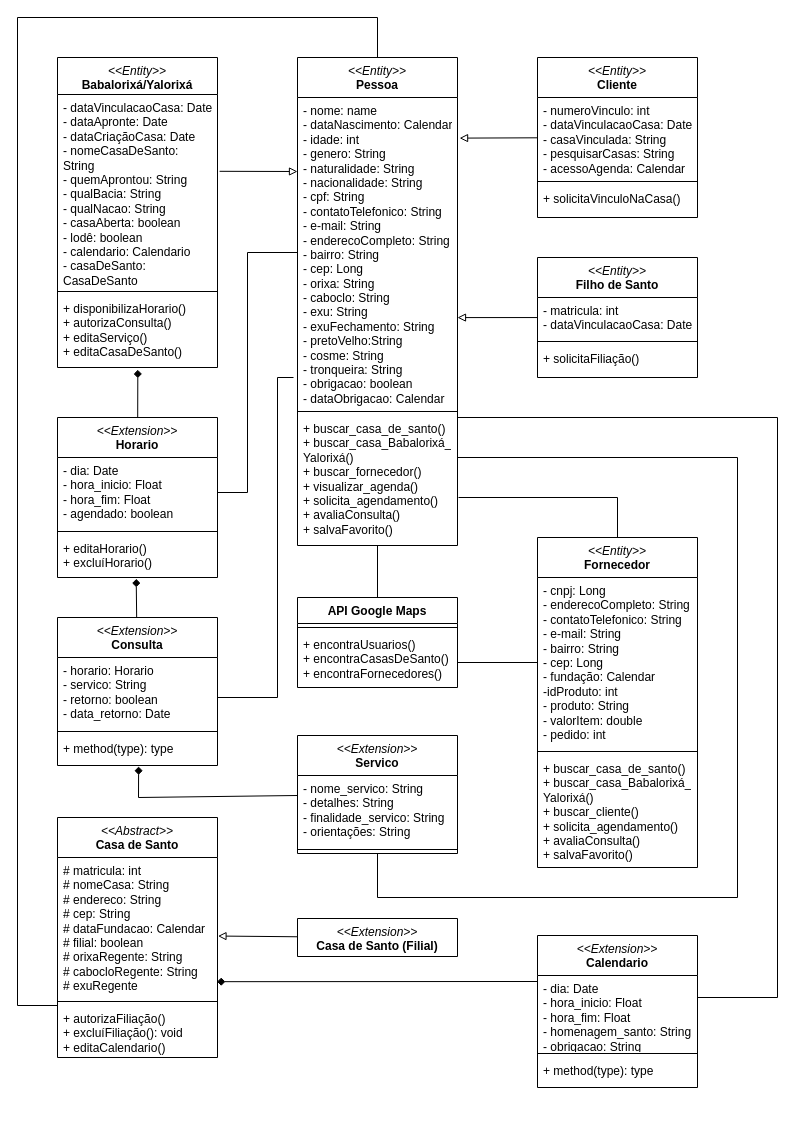
Above: Diagrama sem nome.drawio in AlexCarvalhovisk/sarava (draw.io), before the change. Source tidied: cells renumbered, new cells numbered last; positions are measured from the earlier drawing's top-left corner, leaving out a move shared by most shapes. Both pictures are drawn from the tidied source at 100%, with x=0, y=0 at pixel (17, 17).
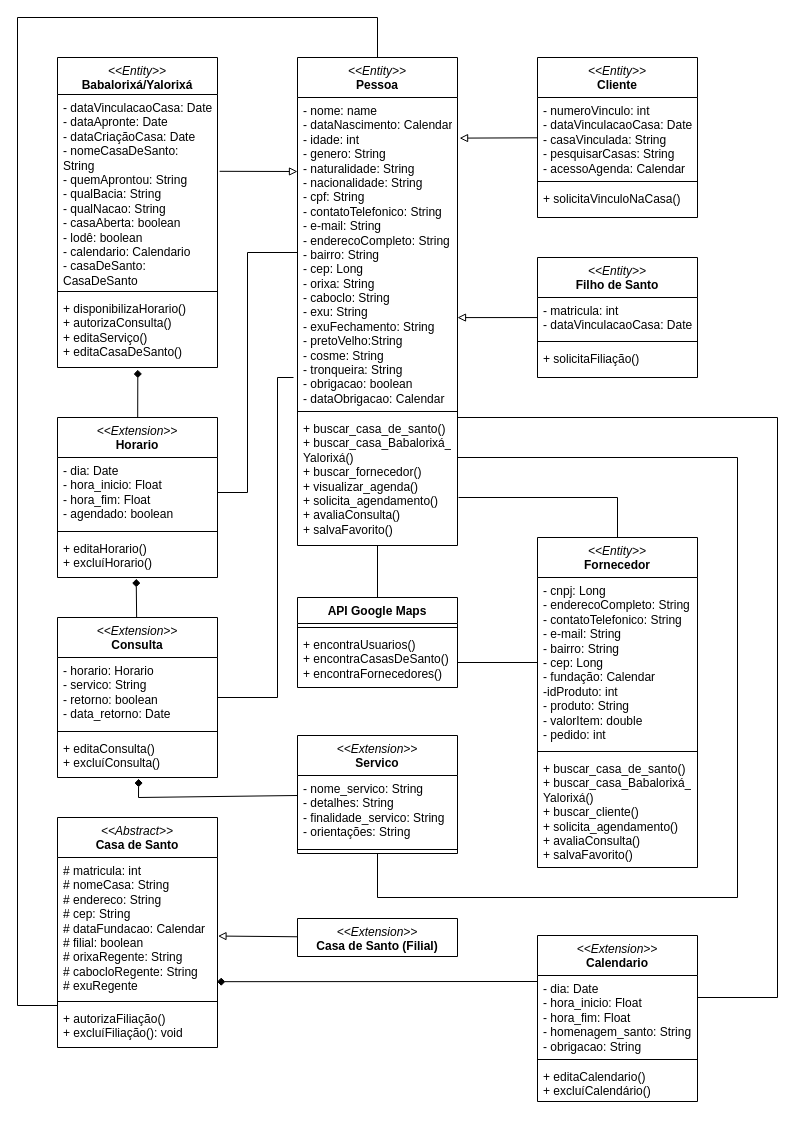
The same page after the edit.

Diff of the diagram source:
```diff
@@
     <mxCell id="25" value="&lt;span style=&quot;font-weight: normal;&quot;&gt;&lt;i&gt;&amp;lt;&amp;lt;Abstract&amp;gt;&amp;gt;&lt;/i&gt;&lt;/span&gt;&lt;br&gt;Casa de Santo" style="swimlane;fontStyle=1;align=center;verticalAlign=top;horizontal=1;startSize=40;whiteSpace=wrap;html=1;" parent="1" vertex="1">
-      <mxGeometry x="40" y="800" width="160" height="240" as="geometry" />
+      <mxGeometry x="40" y="800" width="160" height="230" as="geometry" />
     </mxCell>
@@
-    <mxCell id="28" value="+ autorizaFiliação()&lt;br&gt;+ excluíFiliação(): void&lt;br&gt;+ editaCalendario()" style="text;strokeColor=none;fillColor=none;align=left;verticalAlign=top;spacingLeft=4;spacingRight=4;overflow=hidden;whiteSpace=wrap;html=1;" parent="25" vertex="1">
-      <mxGeometry y="188" width="160" height="52" as="geometry" />
+    <mxCell id="28" value="+ autorizaFiliação()&lt;br&gt;+ excluíFiliação(): void" style="text;strokeColor=none;fillColor=none;align=left;verticalAlign=top;spacingLeft=4;spacingRight=4;overflow=hidden;whiteSpace=wrap;html=1;" parent="25" vertex="1">
+      <mxGeometry y="188" width="160" height="42" as="geometry" />
     </mxCell>
@@
     <mxCell id="38" value="&lt;i style=&quot;font-weight: 400;&quot;&gt;&amp;lt;&amp;lt;Extension&amp;gt;&amp;gt;&lt;/i&gt;&lt;br&gt;Consulta" style="swimlane;fontStyle=1;align=center;verticalAlign=top;horizontal=1;startSize=40;whiteSpace=wrap;html=1;" parent="1" vertex="1">
-      <mxGeometry x="40" y="600" width="160" height="148" as="geometry" />
+      <mxGeometry x="40" y="600" width="160" height="160" as="geometry" />
     </mxCell>
@@
-    <mxCell id="41" value="+ method(type): type" style="text;strokeColor=none;fillColor=none;align=left;verticalAlign=top;spacingLeft=4;spacingRight=4;overflow=hidden;points=[[0,0.5],[1,0.5]];portConstraint=eastwest;whiteSpace=wrap;html=1;" parent="38" vertex="1">
-      <mxGeometry y="118" width="160" height="30" as="geometry" />
+    <mxCell id="41" value="+ editaConsulta()&lt;br&gt;+ excluíConsulta()" style="text;strokeColor=none;fillColor=none;align=left;verticalAlign=top;spacingLeft=4;spacingRight=4;overflow=hidden;points=[[0,0.5],[1,0.5]];portConstraint=eastwest;whiteSpace=wrap;html=1;" parent="38" vertex="1">
+      <mxGeometry y="118" width="160" height="42" as="geometry" />
     </mxCell>
@@
     <mxCell id="43" value="&lt;i style=&quot;font-weight: 400;&quot;&gt;&amp;lt;&amp;lt;Extension&amp;gt;&amp;gt;&lt;/i&gt;&lt;br&gt;Calendario" style="swimlane;fontStyle=1;align=center;verticalAlign=top;horizontal=1;startSize=40;whiteSpace=wrap;html=1;" parent="1" vertex="1">
-      <mxGeometry x="520" y="918" width="160" height="152" as="geometry" />
+      <mxGeometry x="520" y="918" width="160" height="166" as="geometry" />
     </mxCell>
     <mxCell id="44" value="- dia: Date&lt;br&gt;-&amp;nbsp;hora_inicio: Float&lt;br&gt;-&amp;nbsp;hora_fim: Float&lt;br&gt;-&amp;nbsp;homenagem_santo: String&lt;br&gt;- obrigacao: String" style="text;strokeColor=none;fillColor=none;align=left;verticalAlign=top;spacingLeft=4;spacingRight=4;overflow=hidden;whiteSpace=wrap;html=1;" parent="43" vertex="1">
-      <mxGeometry y="40" width="160" height="74" as="geometry" />
+      <mxGeometry y="40" width="160" height="80" as="geometry" />
     </mxCell>
     <mxCell id="45" style="line;strokeWidth=1;fillColor=none;align=left;verticalAlign=middle;spacingTop=-1;spacingLeft=3;spacingRight=3;labelPosition=right;strokeColor=inherit;" parent="43" vertex="1">
-      <mxGeometry y="114" width="160" height="8" as="geometry" />
+      <mxGeometry y="120" width="160" height="8" as="geometry" />
     </mxCell>
-    <mxCell id="46" value="+ method(type): type" style="text;strokeColor=none;fillColor=none;align=left;verticalAlign=top;spacingLeft=4;spacingRight=4;overflow=hidden;whiteSpace=wrap;html=1;" parent="43" vertex="1">
-      <mxGeometry y="122" width="160" height="30" as="geometry" />
+    <mxCell id="46" value="+ editaCalendario()&lt;br&gt;+ excluíCalendário()" style="text;strokeColor=none;fillColor=none;align=left;verticalAlign=top;spacingLeft=4;spacingRight=4;overflow=hidden;whiteSpace=wrap;html=1;" parent="43" vertex="1">
+      <mxGeometry y="128" width="160" height="38" as="geometry" />
     </mxCell>
```
